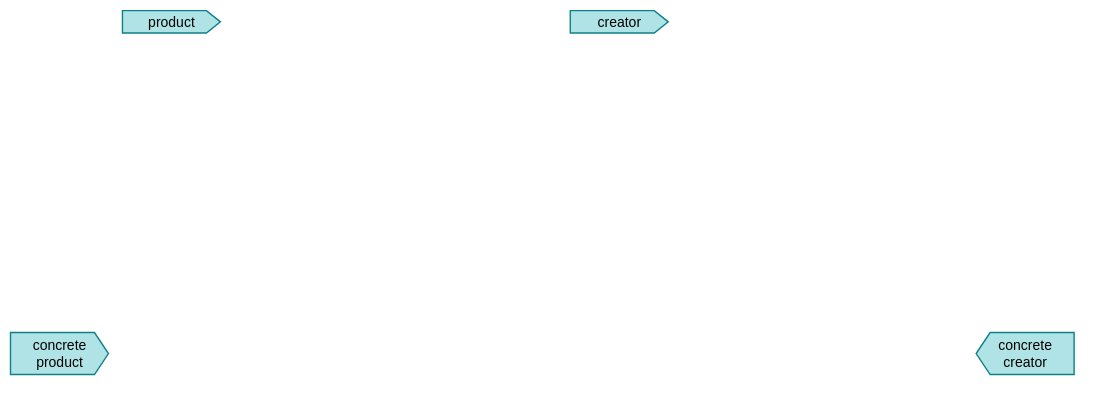
arestivo/designpatterns-hero keeps this draw.io diagram as images/uml/factory-method.svg. Above is the earlier version. Source tidied: cells renumbered, new cells last; positions are measured from the earlier drawing's top-left corner, leaving out a move shared by most shapes.
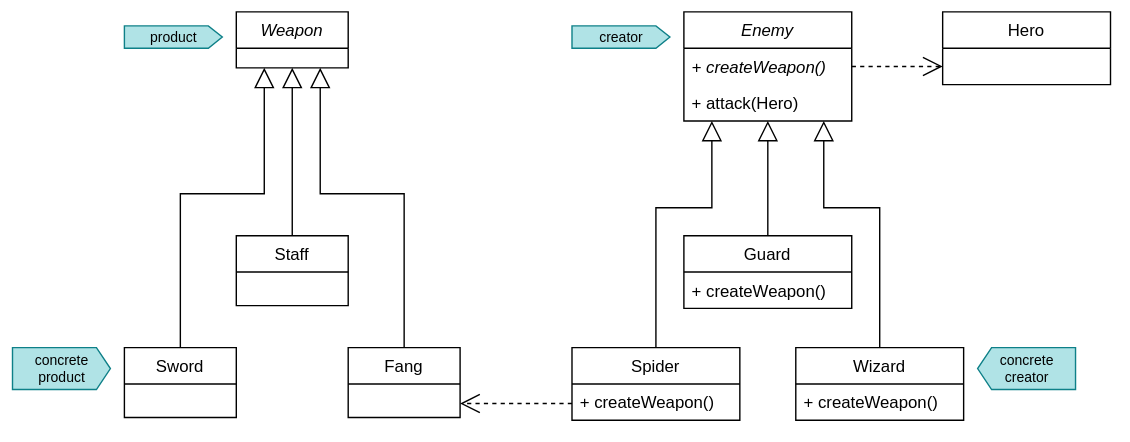
The same diagram one commit later.

Commit message:
Fixed UML diagrams

Diff of the diagram source:
```diff
@@ -2,17 +2,117 @@
   <root>
     <mxCell id="0" />
     <mxCell id="1" parent="0" />
-    <mxCell id="2" value="product" style="html=1;shadow=0;dashed=0;align=center;verticalAlign=middle;shape=mxgraph.arrows2.arrow;dy=0;dx=10;notch=0;sketch=0;sketchStyle=comic;strokeColor=#0e8088;fontFamily=Helvetica;fontSize=10;fillColor=#b0e3e6;" parent="1" vertex="1">
-      <mxGeometry x="80" width="70" height="16" as="geometry" />
+    <mxCell id="2" style="edgeStyle=orthogonalEdgeStyle;rounded=0;jettySize=auto;html=1;dashed=1;startSize=12;endArrow=open;endFill=0;endSize=12;strokeColor=#000000;fontFamily=Helvetica;fontSize=8;fontColor=#000000;" parent="1" edge="1" source="3" target="27">
+      <mxGeometry relative="1" as="geometry">
+        <Array as="points">
+          <mxPoint x="245" y="240" />
+        </Array>
+      </mxGeometry>
     </mxCell>
-    <mxCell id="3" value="concrete&lt;br style=&quot;font-size: 10px;&quot;&gt;product" style="html=1;shadow=0;dashed=0;align=center;verticalAlign=middle;shape=mxgraph.arrows2.arrow;dy=0;dx=10;notch=0;sketch=0;sketchStyle=comic;strokeColor=#0e8088;fontFamily=Helvetica;fontSize=10;fillColor=#b0e3e6;" parent="1" vertex="1">
-      <mxGeometry y="230" width="70" height="30" as="geometry" />
+    <mxCell id="3" value="Enemy" style="swimlane;fontStyle=2;horizontal=1;startSize=26;fillColor=none;sketch=0;sketchStyle=comic;strokeColor=#000000;fontFamily=Helvetica;fontSize=12;fontColor=#000000;" parent="1" vertex="1">
+      <mxGeometry y="230" width="120" height="78" as="geometry" />
     </mxCell>
-    <mxCell id="4" value="creator" style="html=1;shadow=0;dashed=0;align=center;verticalAlign=middle;shape=mxgraph.arrows2.arrow;dy=0;dx=10;notch=0;sketch=0;sketchStyle=comic;strokeColor=#0e8088;fontFamily=Helvetica;fontSize=10;fillColor=#b0e3e6;flipH=0;" parent="1" vertex="1">
-      <mxGeometry x="400" width="70" height="16" as="geometry" />
+    <mxCell id="4" value="+ createWeapon()" style="text;strokeColor=none;fillColor=none;align=left;verticalAlign=top;spacingLeft=4;spacingRight=4;overflow=hidden;fontStyle=2;" parent="3" vertex="1">
+      <mxGeometry y="26" width="120" height="26" as="geometry" />
     </mxCell>
-    <mxCell id="5" value="concrete&lt;br style=&quot;font-size: 10px;&quot;&gt;creator" style="html=1;shadow=0;dashed=0;align=center;verticalAlign=middle;shape=mxgraph.arrows2.arrow;dy=0;dx=10;notch=0;sketch=0;sketchStyle=comic;strokeColor=#0e8088;fontFamily=Helvetica;fontSize=10;fillColor=#b0e3e6;flipH=1;" parent="1" vertex="1">
-      <mxGeometry x="690" y="230" width="70" height="30" as="geometry" />
+    <mxCell id="5" value="+ attack(Hero)" style="text;strokeColor=none;fillColor=none;align=left;verticalAlign=top;spacingLeft=4;spacingRight=4;overflow=hidden;" parent="3" vertex="1">
+      <mxGeometry y="52" width="120" height="26" as="geometry" />
     </mxCell>
+    <mxCell id="6" style="edgeStyle=orthogonalEdgeStyle;rounded=0;jettySize=auto;html=1;endArrow=block;endFill=0;fontFamily=Helvetica;fontSize=12;fontColor=#000000;endSize=12;startSize=12;entryX=0.5;entryY=1;entryDx=0;entryDy=0;" parent="1" edge="1" source="7" target="3">
+      <mxGeometry relative="1" as="geometry" />
+    </mxCell>
+    <mxCell id="7" value="Guard" style="swimlane;fontStyle=0;horizontal=1;startSize=26;fillColor=none;sketch=0;sketchStyle=comic;strokeColor=#000000;fontFamily=Helvetica;fontSize=12;fontColor=#000000;" parent="1" vertex="1">
+      <mxGeometry y="390" width="120" height="52" as="geometry" />
+    </mxCell>
+    <mxCell id="8" value="+ createWeapon()" style="text;strokeColor=none;fillColor=none;align=left;verticalAlign=top;spacingLeft=4;spacingRight=4;overflow=hidden;fontStyle=0;" parent="7" vertex="1">
+      <mxGeometry y="26" width="120" height="26" as="geometry" />
+    </mxCell>
+    <mxCell id="9" style="edgeStyle=orthogonalEdgeStyle;rounded=0;jettySize=auto;html=1;startSize=12;endArrow=block;endFill=0;endSize=12;strokeColor=#000000;fontFamily=Helvetica;fontSize=12;fontColor=#000000;exitX=0.5;exitY=0;exitDx=0;exitDy=0;" parent="1" edge="1" source="10" target="15">
+      <mxGeometry relative="1" as="geometry">
+        <Array as="points">
+          <mxPoint x="-360" y="360" />
+          <mxPoint x="-300" y="360" />
+        </Array>
+      </mxGeometry>
+    </mxCell>
+    <mxCell id="10" value="Sword" style="swimlane;fontStyle=0;horizontal=1;startSize=26;fillColor=none;sketch=0;sketchStyle=comic;strokeColor=#000000;fontFamily=Helvetica;fontSize=12;fontColor=#000000;" parent="1" vertex="1">
+      <mxGeometry x="-400" y="470" width="80" height="50" as="geometry" />
+    </mxCell>
+    <mxCell id="11" style="edgeStyle=orthogonalEdgeStyle;rounded=0;jettySize=auto;html=1;startSize=12;endArrow=block;endFill=0;endSize=12;strokeColor=#000000;fontFamily=Helvetica;fontSize=12;fontColor=#000000;" parent="1" edge="1" source="12" target="15">
+      <mxGeometry relative="1" as="geometry">
+        <Array as="points">
+          <mxPoint x="-280" y="330" />
+          <mxPoint x="-280" y="330" />
+        </Array>
+      </mxGeometry>
+    </mxCell>
+    <mxCell id="12" value="Staff" style="swimlane;fontStyle=0;horizontal=1;startSize=26;fillColor=none;sketch=0;sketchStyle=comic;strokeColor=#000000;fontFamily=Helvetica;fontSize=12;fontColor=#000000;" parent="1" vertex="1">
+      <mxGeometry x="-320" y="390" width="80" height="50" as="geometry" />
+    </mxCell>
+    <mxCell id="13" style="edgeStyle=orthogonalEdgeStyle;rounded=0;jettySize=auto;html=1;startSize=12;endArrow=block;endFill=0;endSize=12;strokeColor=#000000;fontFamily=Helvetica;fontSize=12;fontColor=#000000;exitX=0.5;exitY=0;exitDx=0;exitDy=0;" parent="1" edge="1" source="14" target="15">
+      <mxGeometry relative="1" as="geometry">
+        <Array as="points">
+          <mxPoint x="-200" y="360" />
+          <mxPoint x="-260" y="360" />
+        </Array>
+      </mxGeometry>
+    </mxCell>
+    <mxCell id="14" value="Fang" style="swimlane;fontStyle=0;horizontal=1;startSize=26;fillColor=none;sketch=0;sketchStyle=comic;strokeColor=#000000;fontFamily=Helvetica;fontSize=12;fontColor=#000000;" parent="1" vertex="1">
+      <mxGeometry x="-240" y="470" width="80" height="50" as="geometry" />
+    </mxCell>
+    <mxCell id="15" value="Weapon" style="swimlane;fontStyle=2;horizontal=1;startSize=26;fillColor=none;sketch=0;sketchStyle=comic;strokeColor=#000000;fontFamily=Helvetica;fontSize=12;fontColor=#000000;" parent="1" vertex="1">
+      <mxGeometry x="-320" y="230" width="80" height="40" as="geometry" />
+    </mxCell>
+    <mxCell id="16" style="edgeStyle=orthogonalEdgeStyle;rounded=0;jettySize=auto;html=1;startSize=12;endArrow=block;endFill=0;endSize=12;strokeColor=#000000;fontFamily=Helvetica;fontSize=12;fontColor=#000000;" parent="1" edge="1" source="17" target="3">
+      <mxGeometry relative="1" as="geometry">
+        <Array as="points">
+          <mxPoint x="140" y="370" />
+          <mxPoint x="100" y="370" />
+        </Array>
+      </mxGeometry>
+    </mxCell>
+    <mxCell id="17" value="Wizard" style="swimlane;fontStyle=0;horizontal=1;startSize=26;fillColor=none;sketch=0;sketchStyle=comic;strokeColor=#000000;fontFamily=Helvetica;fontSize=12;fontColor=#000000;" parent="1" vertex="1">
+      <mxGeometry x="80" y="470" width="120" height="52" as="geometry" />
+    </mxCell>
+    <mxCell id="18" value="+ createWeapon()" style="text;strokeColor=none;fillColor=none;align=left;verticalAlign=top;spacingLeft=4;spacingRight=4;overflow=hidden;fontStyle=0;" parent="17" vertex="1">
+      <mxGeometry y="26" width="120" height="26" as="geometry" />
+    </mxCell>
+    <mxCell id="19" style="edgeStyle=orthogonalEdgeStyle;rounded=0;jettySize=auto;html=1;startSize=12;endArrow=block;endFill=0;endSize=12;strokeColor=#000000;fontFamily=Helvetica;fontSize=12;fontColor=#000000;" parent="1" edge="1" source="21" target="3">
+      <mxGeometry relative="1" as="geometry">
+        <Array as="points">
+          <mxPoint x="-20" y="370" />
+          <mxPoint x="20" y="370" />
+        </Array>
+      </mxGeometry>
+    </mxCell>
+    <mxCell id="20" style="edgeStyle=orthogonalEdgeStyle;rounded=0;jettySize=auto;html=1;startSize=12;endArrow=open;endFill=0;endSize=12;strokeColor=#000000;fontFamily=Helvetica;fontSize=12;fontColor=#000000;dashed=1;" parent="1" edge="1" source="21" target="14">
+      <mxGeometry relative="1" as="geometry">
+        <Array as="points">
+          <mxPoint x="-120" y="510" />
+          <mxPoint x="-120" y="510" />
+        </Array>
+      </mxGeometry>
+    </mxCell>
+    <mxCell id="21" value="Spider" style="swimlane;fontStyle=0;horizontal=1;startSize=26;fillColor=none;sketch=0;sketchStyle=comic;strokeColor=#000000;fontFamily=Helvetica;fontSize=12;fontColor=#000000;" parent="1" vertex="1">
+      <mxGeometry x="-80" y="470" width="120" height="52" as="geometry" />
+    </mxCell>
+    <mxCell id="22" value="+ createWeapon()" style="text;strokeColor=none;fillColor=none;align=left;verticalAlign=top;spacingLeft=4;spacingRight=4;overflow=hidden;fontStyle=0;" parent="21" vertex="1">
+      <mxGeometry y="26" width="120" height="26" as="geometry" />
+    </mxCell>
+    <mxCell id="23" value="product" style="html=1;shadow=0;dashed=0;align=center;verticalAlign=middle;shape=mxgraph.arrows2.arrow;dy=0;dx=10;notch=0;sketch=0;sketchStyle=comic;strokeColor=#0e8088;fontFamily=Helvetica;fontSize=10;fillColor=#b0e3e6;" parent="1" vertex="1">
+      <mxGeometry x="-400" y="240" width="70" height="16" as="geometry" />
+    </mxCell>
+    <mxCell id="24" value="concrete&lt;br style=&quot;font-size: 10px;&quot;&gt;product" style="html=1;shadow=0;dashed=0;align=center;verticalAlign=middle;shape=mxgraph.arrows2.arrow;dy=0;dx=10;notch=0;sketch=0;sketchStyle=comic;strokeColor=#0e8088;fontFamily=Helvetica;fontSize=10;fillColor=#b0e3e6;" parent="1" vertex="1">
+      <mxGeometry x="-480" y="470" width="70" height="30" as="geometry" />
+    </mxCell>
+    <mxCell id="25" value="creator" style="html=1;shadow=0;dashed=0;align=center;verticalAlign=middle;shape=mxgraph.arrows2.arrow;dy=0;dx=10;notch=0;sketch=0;sketchStyle=comic;strokeColor=#0e8088;fontFamily=Helvetica;fontSize=10;fillColor=#b0e3e6;flipH=0;" parent="1" vertex="1">
+      <mxGeometry x="-80" y="240" width="70" height="16" as="geometry" />
+    </mxCell>
+    <mxCell id="26" value="concrete&lt;br style=&quot;font-size: 10px;&quot;&gt;creator" style="html=1;shadow=0;dashed=0;align=center;verticalAlign=middle;shape=mxgraph.arrows2.arrow;dy=0;dx=10;notch=0;sketch=0;sketchStyle=comic;strokeColor=#0e8088;fontFamily=Helvetica;fontSize=10;fillColor=#b0e3e6;flipH=1;" parent="1" vertex="1">
+      <mxGeometry x="210" y="470" width="70" height="30" as="geometry" />
+    </mxCell>
+    <mxCell id="27" value="Hero" style="swimlane;fontStyle=0;horizontal=1;startSize=26;fillColor=none;sketch=0;sketchStyle=comic;strokeColor=#000000;fontFamily=Helvetica;fontSize=12;fontColor=#000000;" parent="1" vertex="1">
+      <mxGeometry x="185" y="230" width="120" height="52" as="geometry" />
+    </mxCell>
   </root>
 </mxGraphModel>
```
